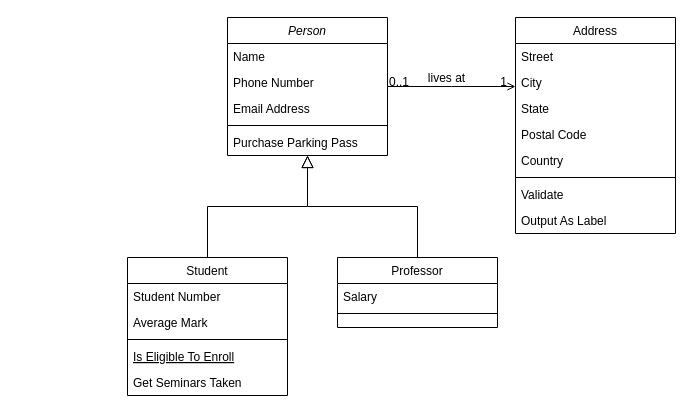
Devetik/Diagrammes keeps this draw.io diagram as Untitled Diagram.drawio. Above is the earlier version. Source tidied: cells renumbered, new cells numbered last; positions are measured from the earlier drawing's top-left corner, leaving out a move shared by most shapes. Both pictures are drawn from the tidied source at 100%, with x=0, y=0 at pixel (127, 17).
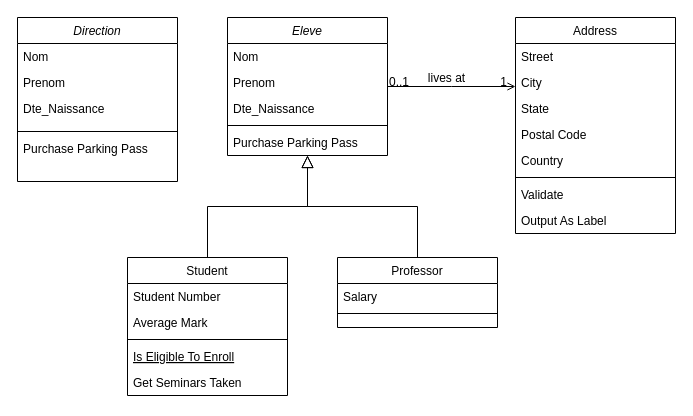
The same page after the edit.

Change to the diagram source:
```diff
@@
-    <mxCell id="2" value="Person" style="swimlane;fontStyle=2;align=center;verticalAlign=top;horizontal=1;startSize=26;rounded=0;shadow=0;strokeWidth=1;" parent="1" vertex="1">
+    <mxCell id="2" value="Eleve" style="swimlane;fontStyle=2;align=center;verticalAlign=top;horizontal=1;startSize=26;rounded=0;shadow=0;strokeWidth=1;" parent="1" vertex="1">
       <mxGeometry x="100" width="160" height="138" as="geometry" />
     </mxCell>
-    <mxCell id="3" value="Name" style="text;align=left;verticalAlign=top;spacingLeft=4;spacingRight=4;overflow=hidden;" parent="2" vertex="1">
+    <mxCell id="3" value="Nom" style="text;align=left;verticalAlign=top;spacingLeft=4;spacingRight=4;overflow=hidden;" parent="2" vertex="1">
       <mxGeometry y="26" width="160" height="26" as="geometry" />
     </mxCell>
-    <mxCell id="4" value="Phone Number" style="text;align=left;verticalAlign=top;spacingLeft=4;spacingRight=4;overflow=hidden;rounded=0;shadow=0;html=0;" parent="2" vertex="1">
+    <mxCell id="4" value="Prenom" style="text;align=left;verticalAlign=top;spacingLeft=4;spacingRight=4;overflow=hidden;rounded=0;shadow=0;html=0;" parent="2" vertex="1">
       <mxGeometry y="52" width="160" height="26" as="geometry" />
     </mxCell>
-    <mxCell id="5" value="Email Address" style="text;align=left;verticalAlign=top;spacingLeft=4;spacingRight=4;overflow=hidden;rounded=0;shadow=0;html=0;" parent="2" vertex="1">
+    <mxCell id="5" value="Dte_Naissance" style="text;align=left;verticalAlign=top;spacingLeft=4;spacingRight=4;overflow=hidden;rounded=0;shadow=0;html=0;" parent="2" vertex="1">
       <mxGeometry y="78" width="160" height="26" as="geometry" />
     </mxCell>
@@
+    <mxCell id="32" value="Direction" style="swimlane;fontStyle=2;align=center;verticalAlign=top;horizontal=1;startSize=26;rounded=0;shadow=0;strokeWidth=1;" parent="1" vertex="1">
+      <mxGeometry x="-110" width="160" height="164" as="geometry" />
+    </mxCell>
+    <mxCell id="33" value="Nom" style="text;align=left;verticalAlign=top;spacingLeft=4;spacingRight=4;overflow=hidden;" parent="32" vertex="1">
+      <mxGeometry y="26" width="160" height="26" as="geometry" />
+    </mxCell>
+    <mxCell id="34" value="Prenom" style="text;align=left;verticalAlign=top;spacingLeft=4;spacingRight=4;overflow=hidden;rounded=0;shadow=0;html=0;" parent="32" vertex="1">
+      <mxGeometry y="52" width="160" height="26" as="geometry" />
+    </mxCell>
+    <mxCell id="35" value="Dte_Naissance" style="text;align=left;verticalAlign=top;spacingLeft=4;spacingRight=4;overflow=hidden;rounded=0;shadow=0;html=0;" parent="32" vertex="1">
+      <mxGeometry y="78" width="160" height="32" as="geometry" />
+    </mxCell>
+    <mxCell id="36" style="line;html=1;strokeWidth=1;align=left;verticalAlign=middle;spacingTop=-1;spacingLeft=3;spacingRight=3;labelPosition=right;" parent="32" vertex="1">
+      <mxGeometry y="110" width="160" height="8" as="geometry" />
+    </mxCell>
+    <mxCell id="37" value="Purchase Parking Pass" style="text;align=left;verticalAlign=top;spacingLeft=4;spacingRight=4;overflow=hidden;" parent="32" vertex="1">
+      <mxGeometry y="118" width="160" height="26" as="geometry" />
+    </mxCell>
```
